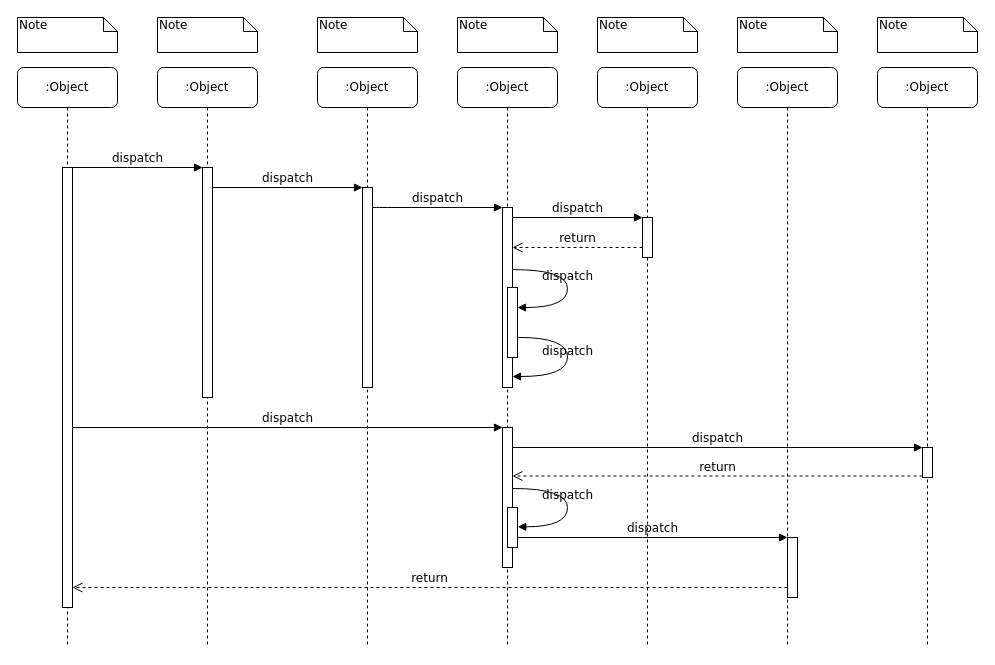
The draw.io diagram Doc&Ref/Phase3/dispatcherSSD.drawio in RiddMa/SoftwareEngineering2021, before the edit. Source tidied: cells renumbered, new cells numbered last; positions are measured from the earlier drawing's top-left corner, leaving out a move shared by most shapes. Both pictures are drawn from the tidied source at 100%, with x=0, y=0 at pixel (17, 17).
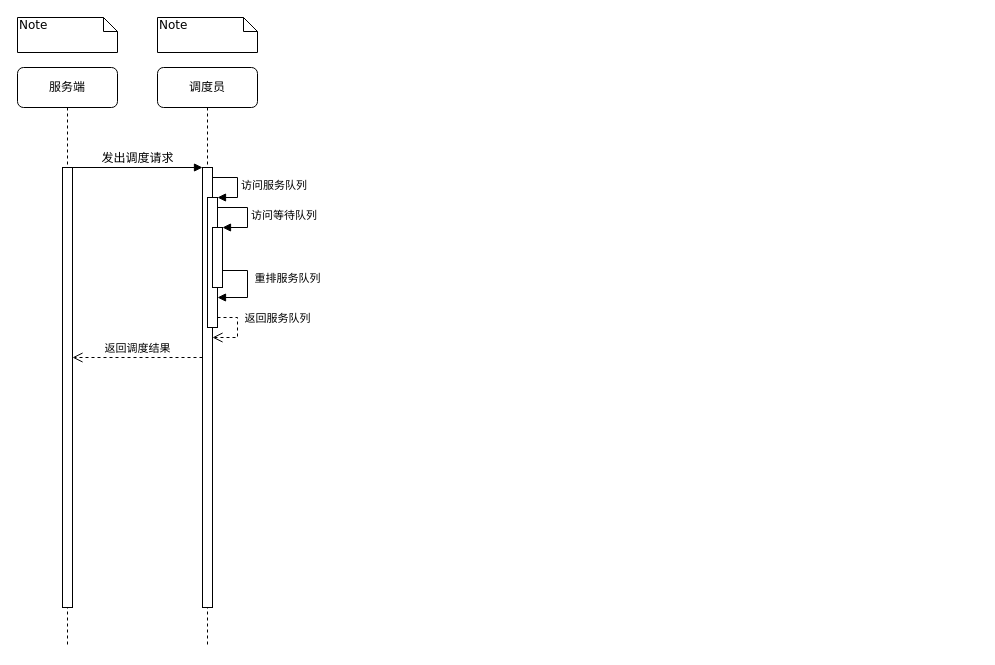
After the change.

Commit message:
随便整了点 dispatcherSSD.drawio

The change refers to these unchanged cells:
```xml
<mxCell id="11" style="html=1;points=[];perimeter=orthogonalPerimeter;rounded=0;shadow=0;comic=0;labelBackgroundColor=none;strokeWidth=1;fontFamily=Verdana;fontSize=12;align=center;" parent="10" vertex="1">
  <mxGeometry x="45" y="100" width="10" height="440" as="geometry" />
</mxCell>
```

What changed in the source:
```diff
@@
-    <mxCell id="2" value=":Object" style="shape=umlLifeline;perimeter=lifelinePerimeter;whiteSpace=wrap;html=1;rounded=1;shadow=0;comic=0;labelBackgroundColor=none;strokeWidth=1;fontFamily=Verdana;fontSize=12;align=center;" parent="1" vertex="1">
+    <mxCell id="2" value="调度员" style="shape=umlLifeline;perimeter=lifelinePerimeter;whiteSpace=wrap;html=1;rounded=1;shadow=0;comic=0;labelBackgroundColor=none;strokeWidth=1;fontFamily=Verdana;fontSize=12;align=center;" parent="1" vertex="1">
       <mxGeometry x="140" y="50" width="100" height="580" as="geometry" />
     </mxCell>
     <mxCell id="3" style="html=1;points=[];perimeter=orthogonalPerimeter;rounded=0;shadow=0;comic=0;labelBackgroundColor=none;strokeWidth=1;fontFamily=Verdana;fontSize=12;align=center;" parent="2" vertex="1">
-      <mxGeometry x="45" y="100" width="10" height="230" as="geometry" />
+      <mxGeometry x="45" y="100" width="10" height="440" as="geometry" />
     </mxCell>
-    <mxCell id="4" value=":Object" style="shape=umlLifeline;perimeter=lifelinePerimeter;whiteSpace=wrap;html=1;rounded=1;shadow=0;comic=0;labelBackgroundColor=none;strokeWidth=1;fontFamily=Verdana;fontSize=12;align=center;" parent="1" vertex="1">
-      <mxGeometry x="300" y="50" width="100" height="580" as="geometry" />
-    </mxCell>
-    <mxCell id="5" style="html=1;points=[];perimeter=orthogonalPerimeter;rounded=0;shadow=0;comic=0;labelBackgroundColor=none;strokeWidth=1;fontFamily=Verdana;fontSize=12;align=center;" parent="4" vertex="1">
-      <mxGeometry x="45" y="120" width="10" height="200" as="geometry" />
-    </mxCell>
-    <mxCell id="6" value=":Object" style="shape=umlLifeline;perimeter=lifelinePerimeter;whiteSpace=wrap;html=1;rounded=1;shadow=0;comic=0;labelBackgroundColor=none;strokeWidth=1;fontFamily=Verdana;fontSize=12;align=center;" parent="1" vertex="1">
-      <mxGeometry x="440" y="50" width="100" height="580" as="geometry" />
-    </mxCell>
-    <mxCell id="7" value=":Object" style="shape=umlLifeline;perimeter=lifelinePerimeter;whiteSpace=wrap;html=1;rounded=1;shadow=0;comic=0;labelBackgroundColor=none;strokeWidth=1;fontFamily=Verdana;fontSize=12;align=center;" parent="1" vertex="1">
-      <mxGeometry x="580" y="50" width="100" height="580" as="geometry" />
-    </mxCell>
-    <mxCell id="8" value=":Object" style="shape=umlLifeline;perimeter=lifelinePerimeter;whiteSpace=wrap;html=1;rounded=1;shadow=0;comic=0;labelBackgroundColor=none;strokeWidth=1;fontFamily=Verdana;fontSize=12;align=center;" parent="1" vertex="1">
-      <mxGeometry x="720" y="50" width="100" height="580" as="geometry" />
-    </mxCell>
-    <mxCell id="9" value=":Object" style="shape=umlLifeline;perimeter=lifelinePerimeter;whiteSpace=wrap;html=1;rounded=1;shadow=0;comic=0;labelBackgroundColor=none;strokeWidth=1;fontFamily=Verdana;fontSize=12;align=center;" parent="1" vertex="1">
-      <mxGeometry x="860" y="50" width="100" height="580" as="geometry" />
-    </mxCell>
+    <mxCell id="39" style="html=1;points=[];perimeter=orthogonalPerimeter;" parent="2" vertex="1">
+      <mxGeometry x="50" y="130" width="10" height="130" as="geometry" />
+    </mxCell>
+    <mxCell id="40" value="访问服务队列" style="edgeStyle=orthogonalEdgeStyle;html=1;align=left;spacingLeft=2;endArrow=block;rounded=0;entryX=1;entryY=0;" parent="2" edge="1" target="39">
+      <mxGeometry relative="1" as="geometry">
+        <mxPoint x="55" y="110" as="sourcePoint" />
+        <Array as="points">
+          <mxPoint x="80" y="110" />
+          <mxPoint x="80" y="130" />
+        </Array>
+      </mxGeometry>
+    </mxCell>
+    <mxCell id="41" style="html=1;points=[];perimeter=orthogonalPerimeter;" parent="2" vertex="1">
+      <mxGeometry x="55" y="160" width="10" height="60" as="geometry" />
+    </mxCell>
+    <mxCell id="42" value="访问等待队列" style="edgeStyle=orthogonalEdgeStyle;html=1;align=left;spacingLeft=2;endArrow=block;rounded=0;entryX=1;entryY=0;" parent="2" edge="1" source="39" target="41">
+      <mxGeometry relative="1" as="geometry">
+        <Array as="points">
+          <mxPoint x="90" y="140" />
+          <mxPoint x="90" y="160" />
+        </Array>
+      </mxGeometry>
+    </mxCell>
+    <mxCell id="43" value="重排服务队列" style="html=1;verticalAlign=bottom;endArrow=block;rounded=0;" parent="2" edge="1" source="41" target="39">
+      <mxGeometry x="0.02" y="40" relative="1" as="geometry">
+        <Array as="points">
+          <mxPoint x="90" y="203" />
+          <mxPoint x="90" y="230" />
+        </Array>
+      </mxGeometry>
+    </mxCell>
+    <mxCell id="44" value="返回服务队列" style="html=1;verticalAlign=bottom;endArrow=open;dashed=1;endSize=8;strokeColor=#000000;rounded=0;" parent="2" edge="1" source="39" target="3">
+      <mxGeometry x="-0.08" y="40" relative="1" as="geometry">
+        <Array as="points">
+          <mxPoint x="80" y="250" />
+          <mxPoint x="80" y="270" />
+        </Array>
+      </mxGeometry>
+    </mxCell>
-    <mxCell id="10" value=":Object" style="shape=umlLifeline;perimeter=lifelinePerimeter;whiteSpace=wrap;html=1;rounded=1;shadow=0;comic=0;labelBackgroundColor=none;strokeWidth=1;fontFamily=Verdana;fontSize=12;align=center;" parent="1" vertex="1">
+    <mxCell id="10" value="服务端" style="shape=umlLifeline;perimeter=lifelinePerimeter;whiteSpace=wrap;html=1;rounded=1;shadow=0;comic=0;labelBackgroundColor=none;strokeWidth=1;fontFamily=Verdana;fontSize=12;align=center;" parent="1" vertex="1">
       <mxGeometry y="50" width="100" height="580" as="geometry" />
     </mxCell>
@@
-    <mxCell id="12" style="html=1;points=[];perimeter=orthogonalPerimeter;rounded=0;shadow=0;comic=0;labelBackgroundColor=none;strokeWidth=1;fontFamily=Verdana;fontSize=12;align=center;" parent="1" vertex="1">
-      <mxGeometry x="485" y="190" width="10" height="180" as="geometry" />
-    </mxCell>
-    <mxCell id="13" value="dispatch" style="html=1;verticalAlign=bottom;endArrow=block;labelBackgroundColor=none;fontFamily=Verdana;fontSize=12;edgeStyle=elbowEdgeStyle;elbow=vertical;" parent="1" edge="1" source="5" target="12">
-      <mxGeometry relative="1" as="geometry">
-        <Array as="points">
-          <mxPoint x="360" y="190" />
-        </Array>
-      </mxGeometry>
-    </mxCell>
-    <mxCell id="14" style="html=1;points=[];perimeter=orthogonalPerimeter;rounded=0;shadow=0;comic=0;labelBackgroundColor=none;strokeWidth=1;fontFamily=Verdana;fontSize=12;align=center;" parent="1" vertex="1">
-      <mxGeometry x="625" y="200" width="10" height="40" as="geometry" />
-    </mxCell>
-    <mxCell id="15" value="dispatch" style="html=1;verticalAlign=bottom;endArrow=block;entryX=0;entryY=0;labelBackgroundColor=none;fontFamily=Verdana;fontSize=12;edgeStyle=elbowEdgeStyle;elbow=vertical;" parent="1" edge="1" source="12" target="14">
-      <mxGeometry relative="1" as="geometry" />
-    </mxCell>
-    <mxCell id="16" value="return" style="html=1;verticalAlign=bottom;endArrow=open;dashed=1;endSize=8;labelBackgroundColor=none;fontFamily=Verdana;fontSize=12;edgeStyle=elbowEdgeStyle;elbow=vertical;" parent="1" edge="1" source="14" target="12">
-      <mxGeometry relative="1" as="geometry">
-        <Array as="points">
-          <mxPoint x="570" y="230" />
-          <mxPoint x="600" y="230" />
-        </Array>
-      </mxGeometry>
-    </mxCell>
-    <mxCell id="17" style="html=1;points=[];perimeter=orthogonalPerimeter;rounded=0;shadow=0;comic=0;labelBackgroundColor=none;strokeWidth=1;fontFamily=Verdana;fontSize=12;align=center;" parent="1" vertex="1">
-      <mxGeometry x="485" y="410" width="10" height="140" as="geometry" />
-    </mxCell>
-    <mxCell id="18" value="dispatch" style="html=1;verticalAlign=bottom;endArrow=block;entryX=0;entryY=0;labelBackgroundColor=none;fontFamily=Verdana;fontSize=12;" parent="1" edge="1" source="11" target="17">
-      <mxGeometry relative="1" as="geometry" />
-    </mxCell>
-    <mxCell id="19" style="html=1;points=[];perimeter=orthogonalPerimeter;rounded=0;shadow=0;comic=0;labelBackgroundColor=none;strokeColor=#000000;strokeWidth=1;fillColor=#FFFFFF;fontFamily=Verdana;fontSize=12;fontColor=#000000;align=center;" parent="1" vertex="1">
-      <mxGeometry x="905" y="430" width="10" height="30" as="geometry" />
-    </mxCell>
-    <mxCell id="20" value="dispatch" style="html=1;verticalAlign=bottom;endArrow=block;entryX=0;entryY=0;labelBackgroundColor=none;fontFamily=Verdana;fontSize=12;" parent="1" edge="1" source="17" target="19">
-      <mxGeometry relative="1" as="geometry" />
-    </mxCell>
-    <mxCell id="21" value="return" style="html=1;verticalAlign=bottom;endArrow=open;dashed=1;endSize=8;exitX=0;exitY=0.95;labelBackgroundColor=none;fontFamily=Verdana;fontSize=12;" parent="1" edge="1" source="19" target="17">
-      <mxGeometry relative="1" as="geometry" />
-    </mxCell>
-    <mxCell id="22" style="html=1;points=[];perimeter=orthogonalPerimeter;rounded=0;shadow=0;comic=0;labelBackgroundColor=none;strokeWidth=1;fontFamily=Verdana;fontSize=12;align=center;" parent="1" vertex="1">
-      <mxGeometry x="770" y="520" width="10" height="60" as="geometry" />
-    </mxCell>
-    <mxCell id="23" value="dispatch" style="html=1;verticalAlign=bottom;endArrow=block;entryX=0;entryY=0;labelBackgroundColor=none;fontFamily=Verdana;fontSize=12;edgeStyle=elbowEdgeStyle;elbow=vertical;" parent="1" edge="1" source="30" target="22">
-      <mxGeometry relative="1" as="geometry" />
-    </mxCell>
-    <mxCell id="24" value="return" style="html=1;verticalAlign=bottom;endArrow=open;dashed=1;endSize=8;labelBackgroundColor=none;fontFamily=Verdana;fontSize=12;edgeStyle=elbowEdgeStyle;elbow=vertical;" parent="1" edge="1" source="22" target="11">
-      <mxGeometry relative="1" as="geometry">
-        <Array as="points">
-          <mxPoint x="470" y="570" />
-        </Array>
-      </mxGeometry>
-    </mxCell>
-    <mxCell id="25" value="dispatch" style="html=1;verticalAlign=bottom;endArrow=block;entryX=0;entryY=0;labelBackgroundColor=none;fontFamily=Verdana;fontSize=12;edgeStyle=elbowEdgeStyle;elbow=vertical;" parent="1" edge="1" source="11" target="3">
+    <mxCell id="25" value="发出调度请求" style="html=1;verticalAlign=bottom;endArrow=block;entryX=0;entryY=0;labelBackgroundColor=none;fontFamily=Verdana;fontSize=12;edgeStyle=elbowEdgeStyle;elbow=vertical;" parent="1" edge="1" source="11" target="3">
       <mxGeometry relative="1" as="geometry" />
     </mxCell>
-    <mxCell id="26" value="dispatch" style="html=1;verticalAlign=bottom;endArrow=block;entryX=0;entryY=0;labelBackgroundColor=none;fontFamily=Verdana;fontSize=12;edgeStyle=elbowEdgeStyle;elbow=vertical;" parent="1" edge="1" source="3" target="5">
-      <mxGeometry relative="1" as="geometry" />
-    </mxCell>
-    <mxCell id="27" style="html=1;points=[];perimeter=orthogonalPerimeter;rounded=0;shadow=0;comic=0;labelBackgroundColor=none;strokeWidth=1;fontFamily=Verdana;fontSize=12;align=center;" parent="1" vertex="1">
-      <mxGeometry x="490" y="270" width="10" height="70" as="geometry" />
-    </mxCell>
-    <mxCell id="28" value="dispatch" style="html=1;verticalAlign=bottom;endArrow=block;labelBackgroundColor=none;fontFamily=Verdana;fontSize=12;elbow=vertical;edgeStyle=orthogonalEdgeStyle;curved=1;entryX=1;entryY=0.286;entryPerimeter=0;exitX=1.038;exitY=0.345;exitPerimeter=0;" parent="1" edge="1" source="12" target="27">
-      <mxGeometry relative="1" as="geometry">
-        <Array as="points">
-          <mxPoint x="550" y="252" />
-          <mxPoint x="550" y="290" />
-        </Array>
-      </mxGeometry>
-    </mxCell>
-    <mxCell id="29" value="dispatch" style="html=1;verticalAlign=bottom;endArrow=block;labelBackgroundColor=none;fontFamily=Verdana;fontSize=12;elbow=vertical;edgeStyle=orthogonalEdgeStyle;curved=1;exitX=1.066;exitY=0.713;exitPerimeter=0;" parent="1" edge="1" source="27">
-      <mxGeometry relative="1" as="geometry">
-        <mxPoint x="495" y="359" as="targetPoint" />
-        <Array as="points">
-          <mxPoint x="550" y="320" />
-          <mxPoint x="550" y="359" />
-        </Array>
-      </mxGeometry>
-    </mxCell>
-    <mxCell id="30" style="html=1;points=[];perimeter=orthogonalPerimeter;rounded=0;shadow=0;comic=0;labelBackgroundColor=none;strokeWidth=1;fontFamily=Verdana;fontSize=12;align=center;" parent="1" vertex="1">
-      <mxGeometry x="490" y="490" width="10" height="40" as="geometry" />
-    </mxCell>
-    <mxCell id="31" value="dispatch" style="html=1;verticalAlign=bottom;endArrow=block;labelBackgroundColor=none;fontFamily=Verdana;fontSize=12;elbow=vertical;edgeStyle=orthogonalEdgeStyle;curved=1;entryX=1;entryY=0.286;entryPerimeter=0;exitX=1.038;exitY=0.345;exitPerimeter=0;" parent="1" edge="1">
-      <mxGeometry relative="1" as="geometry">
-        <mxPoint x="495.3" y="471" as="sourcePoint" />
-        <mxPoint x="500.3" y="509.3" as="targetPoint" />
-        <Array as="points">
-          <mxPoint x="550" y="471" />
-          <mxPoint x="550" y="509" />
-        </Array>
-      </mxGeometry>
-    </mxCell>
@@
-    <mxCell id="34" value="Note" style="shape=note;whiteSpace=wrap;html=1;size=14;verticalAlign=top;align=left;spacingTop=-6;rounded=0;shadow=0;comic=0;labelBackgroundColor=none;strokeWidth=1;fontFamily=Verdana;fontSize=12;" parent="1" vertex="1">
-      <mxGeometry x="300" width="100" height="35" as="geometry" />
-    </mxCell>
-    <mxCell id="35" value="Note" style="shape=note;whiteSpace=wrap;html=1;size=14;verticalAlign=top;align=left;spacingTop=-6;rounded=0;shadow=0;comic=0;labelBackgroundColor=none;strokeWidth=1;fontFamily=Verdana;fontSize=12;" parent="1" vertex="1">
-      <mxGeometry x="440" width="100" height="35" as="geometry" />
-    </mxCell>
-    <mxCell id="36" value="Note" style="shape=note;whiteSpace=wrap;html=1;size=14;verticalAlign=top;align=left;spacingTop=-6;rounded=0;shadow=0;comic=0;labelBackgroundColor=none;strokeWidth=1;fontFamily=Verdana;fontSize=12;" parent="1" vertex="1">
-      <mxGeometry x="580" width="100" height="35" as="geometry" />
-    </mxCell>
-    <mxCell id="37" value="Note" style="shape=note;whiteSpace=wrap;html=1;size=14;verticalAlign=top;align=left;spacingTop=-6;rounded=0;shadow=0;comic=0;labelBackgroundColor=none;strokeWidth=1;fontFamily=Verdana;fontSize=12;" parent="1" vertex="1">
-      <mxGeometry x="720" width="100" height="35" as="geometry" />
-    </mxCell>
-    <mxCell id="38" value="Note" style="shape=note;whiteSpace=wrap;html=1;size=14;verticalAlign=top;align=left;spacingTop=-6;rounded=0;shadow=0;comic=0;labelBackgroundColor=none;strokeWidth=1;fontFamily=Verdana;fontSize=12;" parent="1" vertex="1">
-      <mxGeometry x="860" width="100" height="35" as="geometry" />
-    </mxCell>
+    <mxCell id="45" value="返回调度结果" style="html=1;verticalAlign=bottom;endArrow=open;dashed=1;endSize=8;strokeColor=#000000;" parent="1" edge="1" source="3" target="11">
+      <mxGeometry relative="1" as="geometry">
+        <Array as="points">
+          <mxPoint x="100" y="340" />
+        </Array>
+      </mxGeometry>
+    </mxCell>
```
